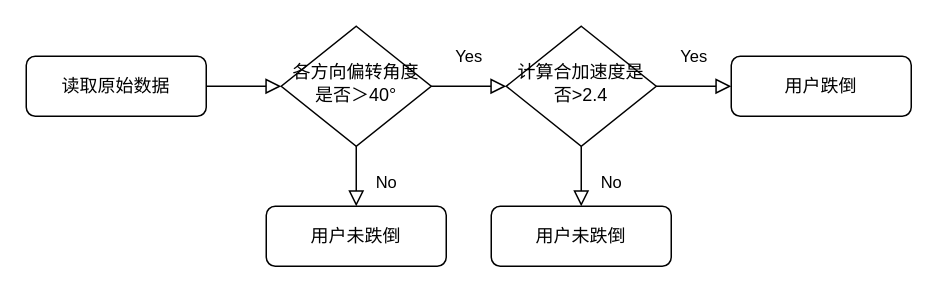
daftpumpkin/IoT.io keeps this draw.io diagram as 跌倒检测流程.drawio. Above is the earlier version. Source tidied: cells renumbered, new cells numbered last; positions are measured from the earlier drawing's top-left corner, leaving out a move shared by most shapes. Both pictures are drawn from the tidied source at 150%, with x=0, y=0 at pixel (26, 26).
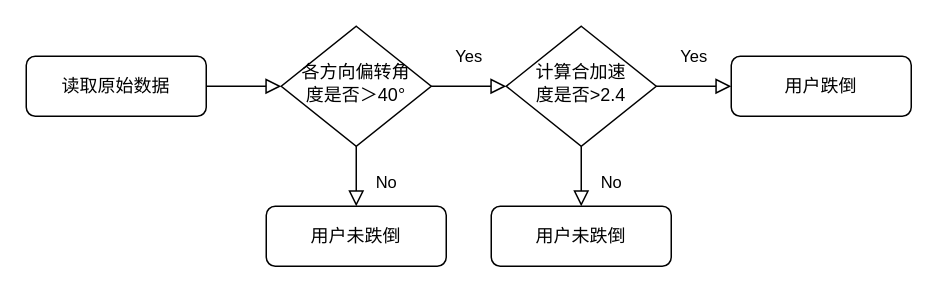
After the change.

Commit message (it also covers changes not shown here):
更新跌倒检测流程.drawio

What changed in the source:
```diff
@@
 <mxGraphModel>
   <root>
     <mxCell id="0" />
     <mxCell id="1" parent="0" />
     <mxCell id="2" style="rounded=0;html=1;jettySize=auto;fontSize=11;endArrow=block;endFill=0;endSize=8;strokeWidth=1;shadow=0;labelBackgroundColor=none;edgeStyle=orthogonalEdgeStyle;exitX=1;exitY=0.5;exitDx=0;exitDy=0;" parent="1" edge="1" source="3" target="6">
       <mxGeometry relative="1" as="geometry" />
     </mxCell>
     <mxCell id="3" value="&lt;font face=&quot;宋体&quot;&gt;读取原始数据&lt;/font&gt;" style="rounded=1;whiteSpace=wrap;html=1;fontSize=12;glass=0;strokeWidth=1;shadow=0;" parent="1" vertex="1">
       <mxGeometry y="20" width="120" height="40" as="geometry" />
     </mxCell>
     <mxCell id="4" value="Yes" style="rounded=0;html=1;jettySize=auto;fontSize=11;endArrow=block;endFill=0;endSize=8;strokeWidth=1;shadow=0;labelBackgroundColor=none;edgeStyle=orthogonalEdgeStyle;" parent="1" edge="1" source="6" target="10">
       <mxGeometry y="20" relative="1" as="geometry" />
     </mxCell>
     <mxCell id="5" value="No" style="edgeStyle=orthogonalEdgeStyle;rounded=0;html=1;jettySize=auto;fontSize=11;endArrow=block;endFill=0;endSize=8;strokeWidth=1;shadow=0;labelBackgroundColor=none;" parent="1" edge="1" source="6" target="7">
       <mxGeometry x="0.2" y="20" relative="1" as="geometry" />
     </mxCell>
-    <mxCell id="6" value="&lt;font face=&quot;宋体&quot;&gt;各方向偏转角度是否＞40°&lt;/font&gt;" style="rhombus;whiteSpace=wrap;html=1;shadow=0;fontFamily=Helvetica;fontSize=12;align=center;strokeWidth=1;spacing=6;spacingTop=-4;" parent="1" vertex="1">
+    <mxCell id="6" value="&lt;font face=&quot;宋体&quot;&gt;各方向偏转角&lt;br&gt;度是否＞40°&lt;/font&gt;" style="rhombus;whiteSpace=wrap;html=1;shadow=0;fontFamily=Helvetica;fontSize=12;align=center;strokeWidth=1;spacing=6;spacingTop=-4;" parent="1" vertex="1">
       <mxGeometry x="170" width="100" height="80" as="geometry" />
     </mxCell>
     <mxCell id="7" value="&lt;font face=&quot;宋体&quot;&gt;用户未跌倒&lt;/font&gt;" style="rounded=1;whiteSpace=wrap;html=1;fontSize=12;glass=0;strokeWidth=1;shadow=0;" parent="1" vertex="1">
       <mxGeometry x="160" y="120" width="120" height="40" as="geometry" />
     </mxCell>
     <mxCell id="8" value="No" style="rounded=0;html=1;jettySize=auto;fontSize=11;endArrow=block;endFill=0;endSize=8;strokeWidth=1;shadow=0;labelBackgroundColor=none;edgeStyle=orthogonalEdgeStyle;exitX=0.5;exitY=1;exitDx=0;exitDy=0;entryX=0.5;entryY=0;entryDx=0;entryDy=0;" parent="1" edge="1" source="10" target="12">
       <mxGeometry x="0.2" y="20" relative="1" as="geometry" />
     </mxCell>
     <mxCell id="9" value="Yes" style="edgeStyle=orthogonalEdgeStyle;rounded=0;html=1;jettySize=auto;fontSize=11;endArrow=block;endFill=0;endSize=8;strokeWidth=1;shadow=0;labelBackgroundColor=none;entryX=0;entryY=0.5;entryDx=0;entryDy=0;exitX=1;exitY=0.5;exitDx=0;exitDy=0;" parent="1" edge="1" source="10" target="11">
       <mxGeometry y="20" relative="1" as="geometry" />
     </mxCell>
-    <mxCell id="10" value="&lt;font face=&quot;宋体&quot;&gt;计算合加速度是否&amp;gt;2.4&lt;/font&gt;" style="rhombus;whiteSpace=wrap;html=1;shadow=0;fontFamily=Helvetica;fontSize=12;align=center;strokeWidth=1;spacing=6;spacingTop=-4;" parent="1" vertex="1">
+    <mxCell id="10" value="&lt;font face=&quot;宋体&quot;&gt;计算合加速&lt;br&gt;度是否&amp;gt;2.4&lt;/font&gt;" style="rhombus;whiteSpace=wrap;html=1;shadow=0;fontFamily=Helvetica;fontSize=12;align=center;strokeWidth=1;spacing=6;spacingTop=-4;" parent="1" vertex="1">
       <mxGeometry x="320" width="100" height="80" as="geometry" />
     </mxCell>
     <mxCell id="11" value="&lt;font face=&quot;宋体&quot;&gt;用户跌倒&lt;/font&gt;" style="rounded=1;whiteSpace=wrap;html=1;fontSize=12;glass=0;strokeWidth=1;shadow=0;" parent="1" vertex="1">
       <mxGeometry x="470" y="20" width="120" height="40" as="geometry" />
     </mxCell>
     <mxCell id="12" value="&lt;font face=&quot;宋体&quot;&gt;用户未跌倒&lt;/font&gt;" style="rounded=1;whiteSpace=wrap;html=1;fontSize=12;glass=0;strokeWidth=1;shadow=0;" parent="1" vertex="1">
       <mxGeometry x="310" y="120" width="120" height="40" as="geometry" />
     </mxCell>
   </root>
 </mxGraphModel>
```
